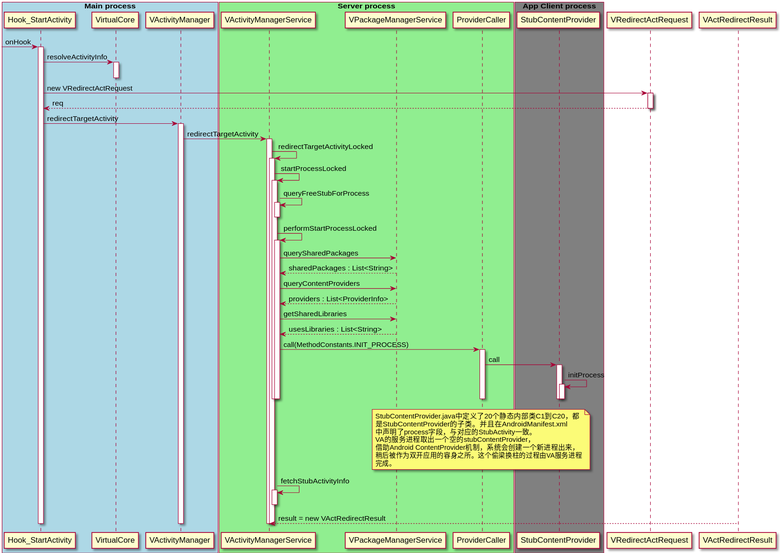
This is pngs/VAStartActivity.svg from prife/VirtualAppDoc, a PlantUML export, as it was before one commit. Its source is kept beside it as VAStartActivity.puml. Source of this version:
```plantuml
@startuml

box "Main process" #LightBlue
	participant Hook_StartActivity
	participant VirtualCore
	participant VActivityManager
end box

box "Server process" #LightGreen
	participant VActivityManagerService
	participant VPackageManagerService
	participant ProviderCaller

end box

box "App Client process" #Gray
	participant StubContentProvider
end box

[-> Hook_StartActivity : onHook

activate Hook_StartActivity
Hook_StartActivity -> VirtualCore : resolveActivityInfo
activate VirtualCore

deactivate VirtualCore

Hook_StartActivity -> VRedirectActRequest : new VRedirectActRequest

activate VRedirectActRequest
Hook_StartActivity <-- VRedirectActRequest : req
deactivate VRedirectActRequest

Hook_StartActivity -> VActivityManager : redirectTargetActivity
activate VActivityManager
    VActivityManager -> VActivityManagerService : redirectTargetActivity
    activate VActivityManagerService
        VActivityManagerService -> VActivityManagerService : redirectTargetActivityLocked
        activate VActivityManagerService
            VActivityManagerService -> VActivityManagerService : startProcessLocked
            activate VActivityManagerService
                VActivityManagerService -> VActivityManagerService : queryFreeStubForProcess
                activate VActivityManagerService
                deactivate VActivityManagerService

                VActivityManagerService -> VActivityManagerService : performStartProcessLocked
                activate VActivityManagerService
                    VActivityManagerService -> VPackageManagerService : querySharedPackages
                    VActivityManagerService <-- VPackageManagerService : sharedPackages : List<String>

                    VActivityManagerService -> VPackageManagerService : queryContentProviders
                    VActivityManagerService <-- VPackageManagerService : providers : List<ProviderInfo>

                    VActivityManagerService -> VPackageManagerService : getSharedLibraries
                    VActivityManagerService <-- VPackageManagerService : usesLibraries : List<String>

                    VActivityManagerService -> ProviderCaller : call(MethodConstants.INIT_PROCESS)
                    activate ProviderCaller
                        ProviderCaller -> StubContentProvider : call
                        activate StubContentProvider
                            StubContentProvider -> StubContentProvider : initProcess
                            activate StubContentProvider
                            deactivate StubContentProvider
                        deactivate StubContentProvider
                        note over ProviderCaller
                            StubContentProvider.java中定义了20个静态内部类C1到C20，都
                            是StubContentProvider的子类。并且在AndroidManifest.xml
                            中声明了process字段，与对应的StubActivity一致。
                            VA的服务进程取出一个空的stubContentProvider，
                            借助Android ContentProvider机制，系统会创建一个新进程出来，
                            稍后被作为双开应用的容身之所。这个偷梁换柱的过程由VA服务进程
                            完成。
                        endnote
                    deactivate ProviderCaller
                deactivate VActivityManagerService
            deactivate VActivityManagerService

            VActivityManagerService -> VActivityManagerService : fetchStubActivityInfo
            activate VActivityManagerService
            deactivate VActivityManagerService

            VActivityManagerService <-- VActRedirectResult : result = new VActRedirectResult
        deactivate VActivityManagerService
    deactivate VActivityManagerService
deactivate VActivityManager

deactivate Hook_StartActivity

@enduml
```
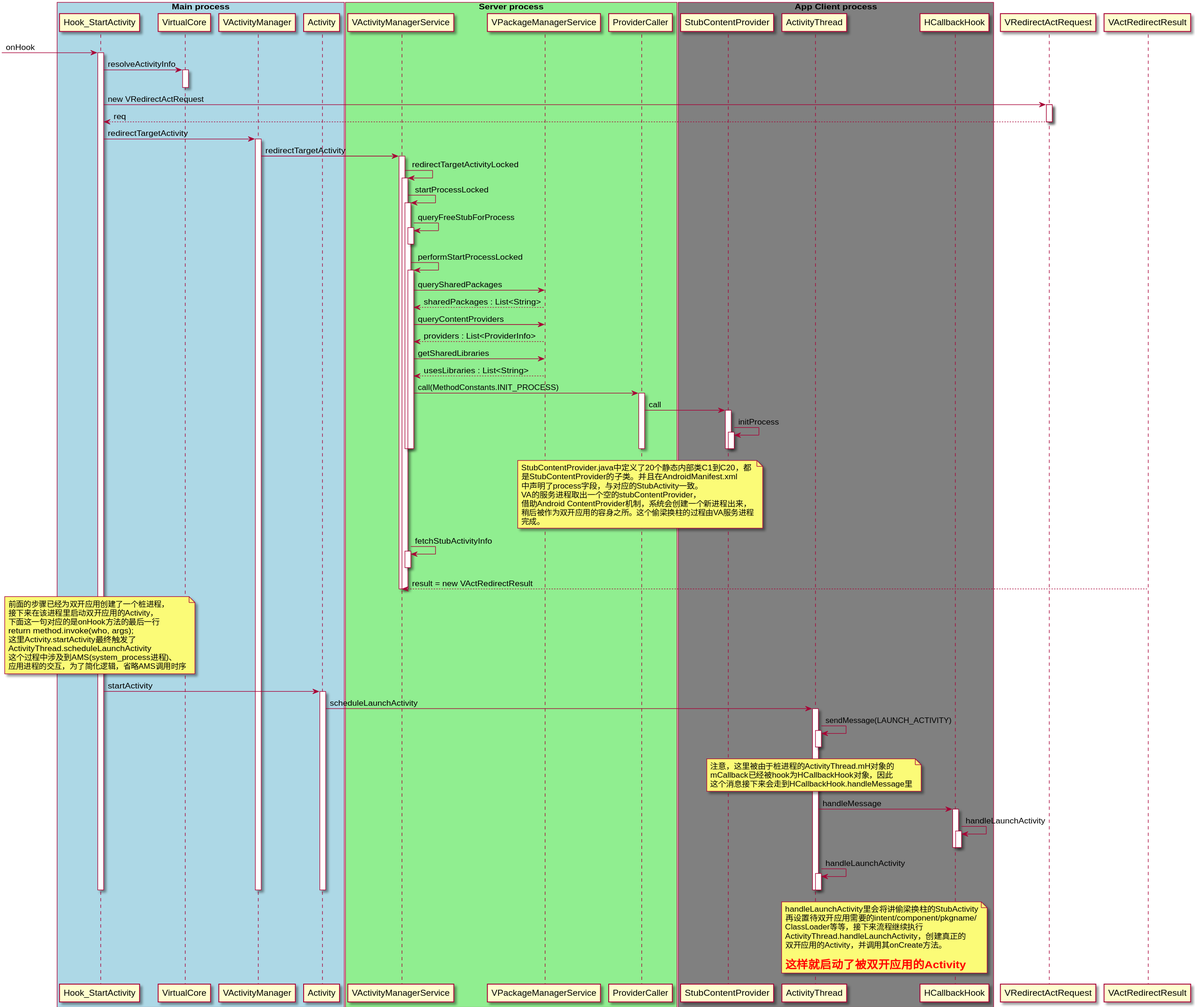
Above is the later version.

What changed in the source:
```diff
@@ -4,6 +4,7 @@
 	participant Hook_StartActivity
 	participant VirtualCore
 	participant VActivityManager
+    participant Activity
 end box
 
 box "Server process" #LightGreen
@@ -15,6 +16,8 @@
 
 box "App Client process" #Gray
 	participant StubContentProvider
+	participant ActivityThread
+	participant HCallbackHook
 end box
 
 [-> Hook_StartActivity : onHook
@@ -82,6 +85,55 @@
             VActivityManagerService <-- VActRedirectResult : result = new VActRedirectResult
         deactivate VActivityManagerService
     deactivate VActivityManagerService
+
+note over Hook_StartActivity
+前面的步骤已经为双开应用创建了一个桩进程，
+接下来在该进程里启动双开应用的Activity，
+下面这一句对应的是onHook方法的最后一行
+return method.invoke(who, args);
+这里Activity.startActivity最终触发了
+ActivityThread.scheduleLaunchActivity
+这个过程中涉及到AMS(system_process进程)、
+应用进程的交互，为了简化逻辑，省略AMS调用时序
+endnote
+
+Hook_StartActivity -> Activity : startActivity
+activate Activity
+    Activity -> ActivityThread : scheduleLaunchActivity
+    activate ActivityThread
+        ActivityThread -> ActivityThread : sendMessage(LAUNCH_ACTIVITY)
+        activate ActivityThread
+        deactivate ActivityThread
+        note over ActivityThread
+        注意，这里被由于桩进程的ActivityThread.mH对象的
+        mCallback已经被hook为HCallbackHook对象，因此
+        这个消息接下来会走到HCallbackHook.handleMessage里
+        endnote
+
+        ActivityThread -> HCallbackHook : handleMessage
+        activate HCallbackHook
+            HCallbackHook -> HCallbackHook : handleLaunchActivity
+            activate HCallbackHook
+            deactivate HCallbackHook
+        deactivate HCallbackHook
+
+        ActivityThread -> ActivityThread : handleLaunchActivity
+        activate ActivityThread
+        deactivate ActivityThread
+
+        note over ActivityThread, HCallbackHook
+        handleLaunchActivity里会将讲偷梁换柱的StubActivity
+        再设置待双开应用需要的intent/component/pkgname/
+        ClassLoader等等，接下来流程继续执行
+        ActivityThread.handleLaunchActivity，创建真正的
+        双开应用的Activity，并调用其onCreate方法。
+
+        **<color red><size:18>这样就启动了被双开应用的Activity</size></color>**
+        endnote
+    deactivate ActivityThread
+
+deactivate Activity
+
 deactivate VActivityManager
 
 deactivate Hook_StartActivity
```
